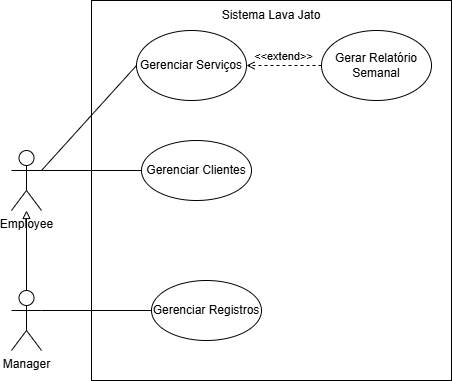
The draw.io diagram Diagram View/UseCaseDiagram.drawio.png in HiebertDiogo/Projeto-de-MPS, before a commit. Source tidied: cells renumbered, new cells last; positions are measured from the earlier drawing's top-left corner, leaving out a move shared by most shapes. Source of this version:
```xml
<mxGraphModel>
  <root>
    <mxCell id="0" />
    <mxCell id="1" parent="0" />
    <mxCell id="2" style="rounded=0;whiteSpace=wrap;html=1;" parent="1" vertex="1">
      <mxGeometry x="80" width="360" height="380" as="geometry" />
    </mxCell>
    <mxCell id="3" style="rounded=0;jettySize=auto;html=1;exitX=1;exitY=0.3333333333333333;exitDx=0;exitDy=0;exitPerimeter=0;entryX=0;entryY=0.5;entryDx=0;entryDy=0;startArrow=none;startFill=0;endArrow=none;endFill=0;elbow=vertical;" parent="1" edge="1" source="4" target="9">
      <mxGeometry relative="1" as="geometry" />
    </mxCell>
    <mxCell id="4" value="Employee" style="shape=umlActor;verticalLabelPosition=bottom;verticalAlign=top;html=1;outlineConnect=0;" parent="1" vertex="1">
      <mxGeometry y="150" width="30" height="60" as="geometry" />
    </mxCell>
    <mxCell id="5" style="edgeStyle=orthogonalEdgeStyle;rounded=0;jettySize=auto;html=1;exitX=0.5;exitY=0;exitDx=0;exitDy=0;exitPerimeter=0;endArrow=block;endFill=0;strokeWidth=1;" parent="1" edge="1" source="6" target="4">
      <mxGeometry relative="1" as="geometry" />
    </mxCell>
    <mxCell id="6" value="Manager" style="shape=umlActor;verticalLabelPosition=bottom;verticalAlign=top;html=1;outlineConnect=0;" parent="1" vertex="1">
      <mxGeometry y="290" width="30" height="60" as="geometry" />
    </mxCell>
    <mxCell id="7" style="edgeStyle=orthogonalEdgeStyle;rounded=1;jettySize=auto;html=1;exitX=0;exitY=0.5;exitDx=0;exitDy=0;curved=0;endArrow=none;endFill=0;" parent="1" edge="1" source="8">
      <mxGeometry relative="1" as="geometry">
        <mxPoint x="30" y="170" as="targetPoint" />
      </mxGeometry>
    </mxCell>
    <mxCell id="8" value="Gerenciar Clientes" style="ellipse;whiteSpace=wrap;html=1;" parent="1" vertex="1">
      <mxGeometry x="130" y="140" width="110" height="60" as="geometry" />
    </mxCell>
    <mxCell id="9" value="Gerenciar Serviços" style="ellipse;whiteSpace=wrap;html=1;" parent="1" vertex="1">
      <mxGeometry x="125" y="30" width="110" height="70" as="geometry" />
    </mxCell>
    <mxCell id="10" value="Gerar Relatório Semanal" style="ellipse;whiteSpace=wrap;html=1;" parent="1" vertex="1">
      <mxGeometry x="310" y="30" width="110" height="70" as="geometry" />
    </mxCell>
    <mxCell id="11" value="Gerenciar Registros" style="ellipse;whiteSpace=wrap;html=1;" parent="1" vertex="1">
      <mxGeometry x="140" y="280" width="110" height="60" as="geometry" />
    </mxCell>
    <mxCell id="12" style="edgeStyle=orthogonalEdgeStyle;rounded=0;jettySize=auto;html=1;exitX=0;exitY=0.5;exitDx=0;exitDy=0;entryX=1;entryY=0.3333333333333333;entryDx=0;entryDy=0;entryPerimeter=0;endArrow=none;endFill=0;" parent="1" edge="1" source="11" target="6">
      <mxGeometry relative="1" as="geometry" />
    </mxCell>
    <mxCell id="13" value="&amp;lt;&amp;lt;extend&amp;gt;&amp;gt;" style="html=1;verticalAlign=bottom;labelBackgroundColor=none;endArrow=open;endFill=0;dashed=1;rounded=0;exitX=0;exitY=0.5;exitDx=0;exitDy=0;entryX=1;entryY=0.5;entryDx=0;entryDy=0;" parent="1" edge="1" source="10" target="9">
      <mxGeometry relative="1" as="geometry" />
    </mxCell>
    <mxCell id="14" value="Sistema Lava Jato" style="text;html=1;whiteSpace=wrap;strokeColor=none;fillColor=none;align=center;verticalAlign=middle;rounded=0;" parent="1" vertex="1">
      <mxGeometry x="200" width="120" height="30" as="geometry" />
    </mxCell>
  </root>
</mxGraphModel>
```
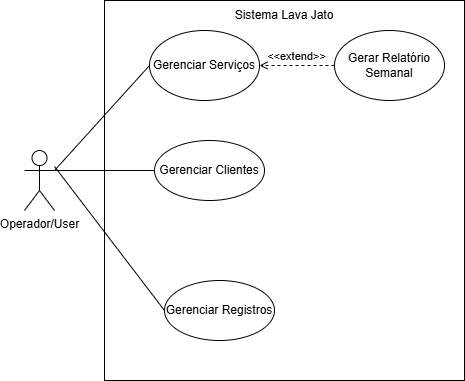
After the commit.

Commit message:
Update dos atores envolvidos no UseCaseDiagram.drawio.png

Change to the diagram source:
```diff
@@ -8,15 +8,9 @@
     <mxCell id="3" style="rounded=0;jettySize=auto;html=1;exitX=1;exitY=0.3333333333333333;exitDx=0;exitDy=0;exitPerimeter=0;entryX=0;entryY=0.5;entryDx=0;entryDy=0;startArrow=none;startFill=0;endArrow=none;endFill=0;elbow=vertical;" parent="1" edge="1" source="4" target="9">
       <mxGeometry relative="1" as="geometry" />
     </mxCell>
-    <mxCell id="4" value="Employee" style="shape=umlActor;verticalLabelPosition=bottom;verticalAlign=top;html=1;outlineConnect=0;" parent="1" vertex="1">
+    <mxCell id="4" value="Operador/User" style="shape=umlActor;verticalLabelPosition=bottom;verticalAlign=top;html=1;outlineConnect=0;" parent="1" vertex="1">
       <mxGeometry y="150" width="30" height="60" as="geometry" />
     </mxCell>
-    <mxCell id="5" style="edgeStyle=orthogonalEdgeStyle;rounded=0;jettySize=auto;html=1;exitX=0.5;exitY=0;exitDx=0;exitDy=0;exitPerimeter=0;endArrow=block;endFill=0;strokeWidth=1;" parent="1" edge="1" source="6" target="4">
-      <mxGeometry relative="1" as="geometry" />
-    </mxCell>
-    <mxCell id="6" value="Manager" style="shape=umlActor;verticalLabelPosition=bottom;verticalAlign=top;html=1;outlineConnect=0;" parent="1" vertex="1">
-      <mxGeometry y="290" width="30" height="60" as="geometry" />
-    </mxCell>
     <mxCell id="7" style="edgeStyle=orthogonalEdgeStyle;rounded=1;jettySize=auto;html=1;exitX=0;exitY=0.5;exitDx=0;exitDy=0;curved=0;endArrow=none;endFill=0;" parent="1" edge="1" source="8">
       <mxGeometry relative="1" as="geometry">
         <mxPoint x="30" y="170" as="targetPoint" />
@@ -34,8 +28,10 @@
     <mxCell id="11" value="Gerenciar Registros" style="ellipse;whiteSpace=wrap;html=1;" parent="1" vertex="1">
       <mxGeometry x="140" y="280" width="110" height="60" as="geometry" />
     </mxCell>
-    <mxCell id="12" style="edgeStyle=orthogonalEdgeStyle;rounded=0;jettySize=auto;html=1;exitX=0;exitY=0.5;exitDx=0;exitDy=0;entryX=1;entryY=0.3333333333333333;entryDx=0;entryDy=0;entryPerimeter=0;endArrow=none;endFill=0;" parent="1" edge="1" source="11" target="6">
-      <mxGeometry relative="1" as="geometry" />
+    <mxCell id="12" style="rounded=0;jettySize=auto;html=1;exitX=0;exitY=0.5;exitDx=0;exitDy=0;endArrow=none;endFill=0;" parent="1" edge="1" source="11">
+      <mxGeometry relative="1" as="geometry">
+        <mxPoint x="30" y="166" as="targetPoint" />
+      </mxGeometry>
     </mxCell>
     <mxCell id="13" value="&amp;lt;&amp;lt;extend&amp;gt;&amp;gt;" style="html=1;verticalAlign=bottom;labelBackgroundColor=none;endArrow=open;endFill=0;dashed=1;rounded=0;exitX=0;exitY=0.5;exitDx=0;exitDy=0;entryX=1;entryY=0.5;entryDx=0;entryDy=0;" parent="1" edge="1" source="10" target="9">
       <mxGeometry relative="1" as="geometry" />
```
